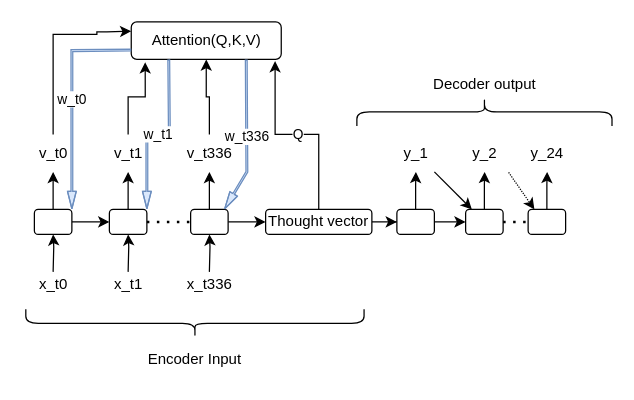
Before: page "Page-1" (1 of 2) of Unbenanntes Diagramm.drawio in LorenzKr/is3-broker-rl, a draw.io diagram. Source tidied: cells renumbered, new cells numbered last; positions are measured from the earlier drawing's top-left corner, leaving out a move shared by most shapes. Both pictures are drawn from the tidied source at 125%, with x=0, y=0 at pixel (21, -16).
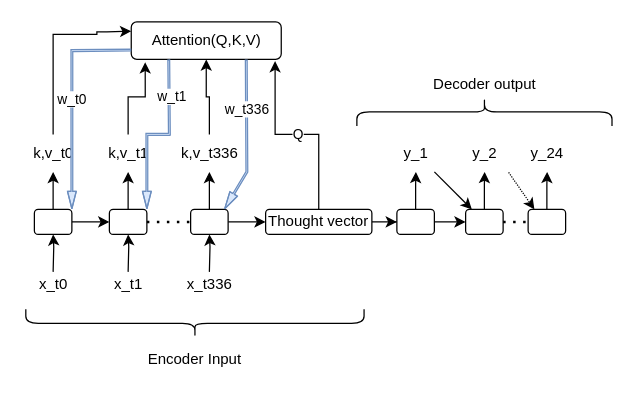
The same page after the edit.

Unchanged cells that the change refers to:
```xml
<mxCell id="32" style="rounded=1;whiteSpace=wrap;html=1;" parent="1" vertex="1">
  <mxGeometry x="70" y="180" width="30" height="20" as="geometry" />
</mxCell>
<mxCell id="49" value="Attention(Q,K,V)" style="rounded=1;whiteSpace=wrap;html=1;" parent="1" vertex="1">
  <mxGeometry x="87.5" y="30" width="120" height="30" as="geometry" />
</mxCell>
```

Change to the diagram source:
```diff
@@
-    <mxCell id="44" value="v_t0 " style="text;html=1;align=center;verticalAlign=middle;points=[];strokeColor=none;fillColor=none;" parent="1" vertex="1">
+    <mxCell id="44" value="k,v_t0 " style="text;html=1;align=center;verticalAlign=middle;points=[];strokeColor=none;fillColor=none;" parent="1" vertex="1">
       <mxGeometry y="120" width="50" height="30" as="geometry" />
     </mxCell>
@@
-    <mxCell id="46" value="v_t1" style="text;html=1;align=center;verticalAlign=middle;points=[];strokeColor=none;fillColor=none;" parent="1" vertex="1">
+    <mxCell id="46" value="k,v_t1" style="text;html=1;align=center;verticalAlign=middle;points=[];strokeColor=none;fillColor=none;" parent="1" vertex="1">
       <mxGeometry x="60" y="120" width="50" height="30" as="geometry" />
     </mxCell>
@@
-    <mxCell id="48" value="v_t336" style="text;html=1;align=center;verticalAlign=middle;points=[];strokeColor=none;fillColor=none;" parent="1" vertex="1">
-      <mxGeometry x="120" y="120" width="60" height="30" as="geometry" />
+    <mxCell id="48" value="k,v_t336" style="text;html=1;align=center;verticalAlign=middle;points=[];strokeColor=none;fillColor=none;" parent="1" vertex="1">
+      <mxGeometry x="115" y="120" width="70" height="30" as="geometry" />
     </mxCell>
@@
     <mxCell id="51" value="w_t1" style="shape=flexArrow;endArrow=classic;html=1;rounded=0;entryX=1;entryY=0;entryDx=0;entryDy=0;exitX=0.25;exitY=1;exitDx=0;exitDy=0;endSize=4.3;startSize=1;targetPerimeterSpacing=0;fillColor=#dae8fc;strokeColor=#6c8ebf;sketch=0;shadow=0;arcSize=9;strokeWidth=1;fillStyle=solid;width=1.4285714285714286;endWidth=4.5578231292517;" parent="1" edge="1" source="49" target="32">
-      <mxGeometry relative="1" as="geometry">
+      <mxGeometry x="-0.56" y="2" relative="1" as="geometry">
         <Array as="points">
           <mxPoint x="118" y="120" />
           <mxPoint x="100" y="120" />
         </Array>
       </mxGeometry>
     </mxCell>
     <mxCell id="52" value="w_t336" style="shape=flexArrow;endArrow=classic;html=1;rounded=0;entryX=1;entryY=0;entryDx=0;entryDy=0;exitX=0.25;exitY=1;exitDx=0;exitDy=0;endSize=4.3;startSize=1;targetPerimeterSpacing=0;fillColor=#dae8fc;strokeColor=#6c8ebf;sketch=0;shadow=0;arcSize=9;strokeWidth=1;fillStyle=solid;width=1.4285714285714286;endWidth=4.5578231292517;" parent="1" edge="1">
-      <mxGeometry relative="1" as="geometry">
+      <mxGeometry x="-0.36" relative="1" as="geometry">
         <mxPoint x="179.5" y="60" as="sourcePoint" />
         <mxPoint x="162" y="180" as="targetPoint" />
         <Array as="points">
           <mxPoint x="180" y="150" />
         </Array>
       </mxGeometry>
     </mxCell>
```
